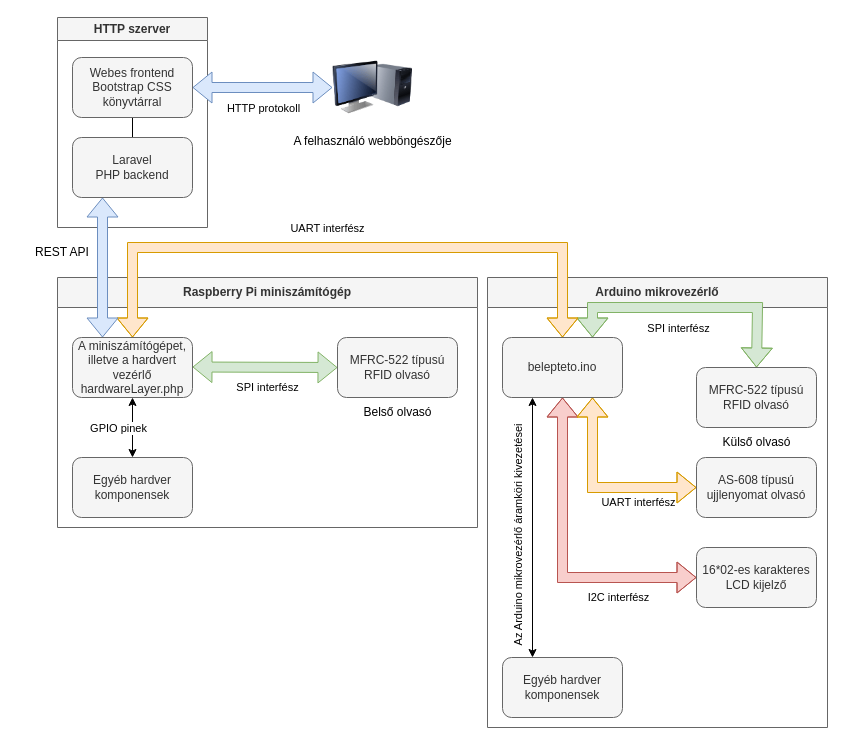
This is documentation/images/belepteto-rendszerterv.drawio from Mlevike/okos-belepteto-rendszer, a draw.io file, before an edit. Source tidied: cells renumbered, new cells numbered last; positions are measured from the earlier drawing's top-left corner, leaving out a move shared by most shapes. Both pictures are drawn from the tidied source at 100%, with x=0, y=0 at pixel (17, 17).
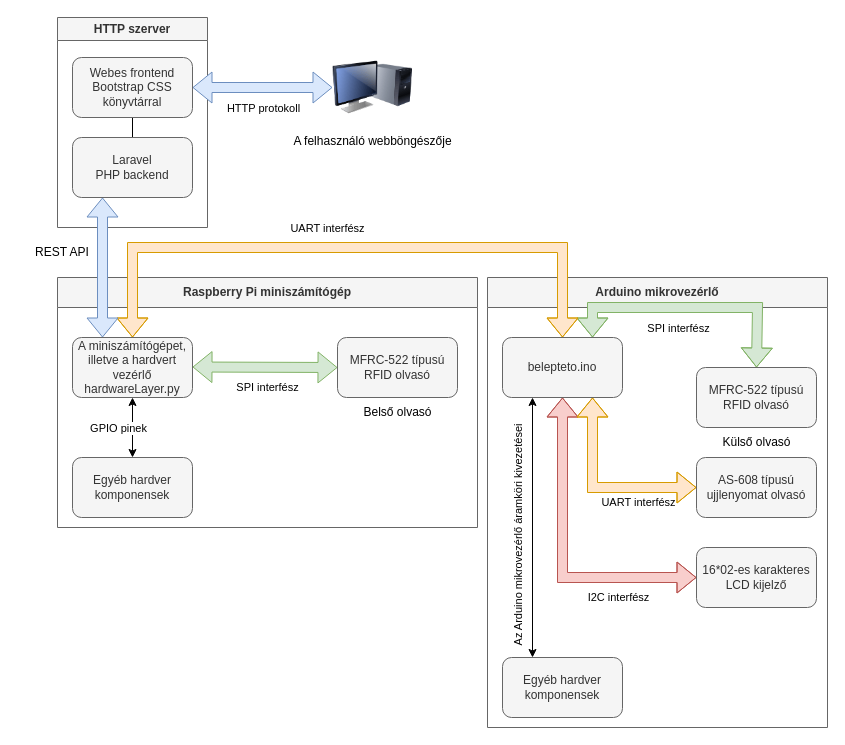
Above is the later version.

Unchanged cells that the change refers to:
```xml
<mxCell id="10" value="Raspberry Pi miniszámítógép" style="swimlane;whiteSpace=wrap;html=1;startSize=30;fillColor=#f5f5f5;fontColor=#333333;strokeColor=#666666;" parent="1" vertex="1">
  <mxGeometry x="40" y="260" width="420" height="250" as="geometry" />
</mxCell>
```

What changed in the source:
```diff
@@
-    <mxCell id="12" value="A miniszámítógépet, illetve a hardvert vezérlő hardwareLayer.php" style="rounded=1;whiteSpace=wrap;html=1;fillColor=#f5f5f5;fontColor=#333333;strokeColor=#666666;" parent="10" vertex="1">
+    <mxCell id="12" value="A miniszámítógépet, illetve a hardvert vezérlő hardwareLayer.py" style="rounded=1;whiteSpace=wrap;html=1;fillColor=#f5f5f5;fontColor=#333333;strokeColor=#666666;" parent="10" vertex="1">
       <mxGeometry x="15" y="60" width="120" height="60" as="geometry" />
     </mxCell>
```
